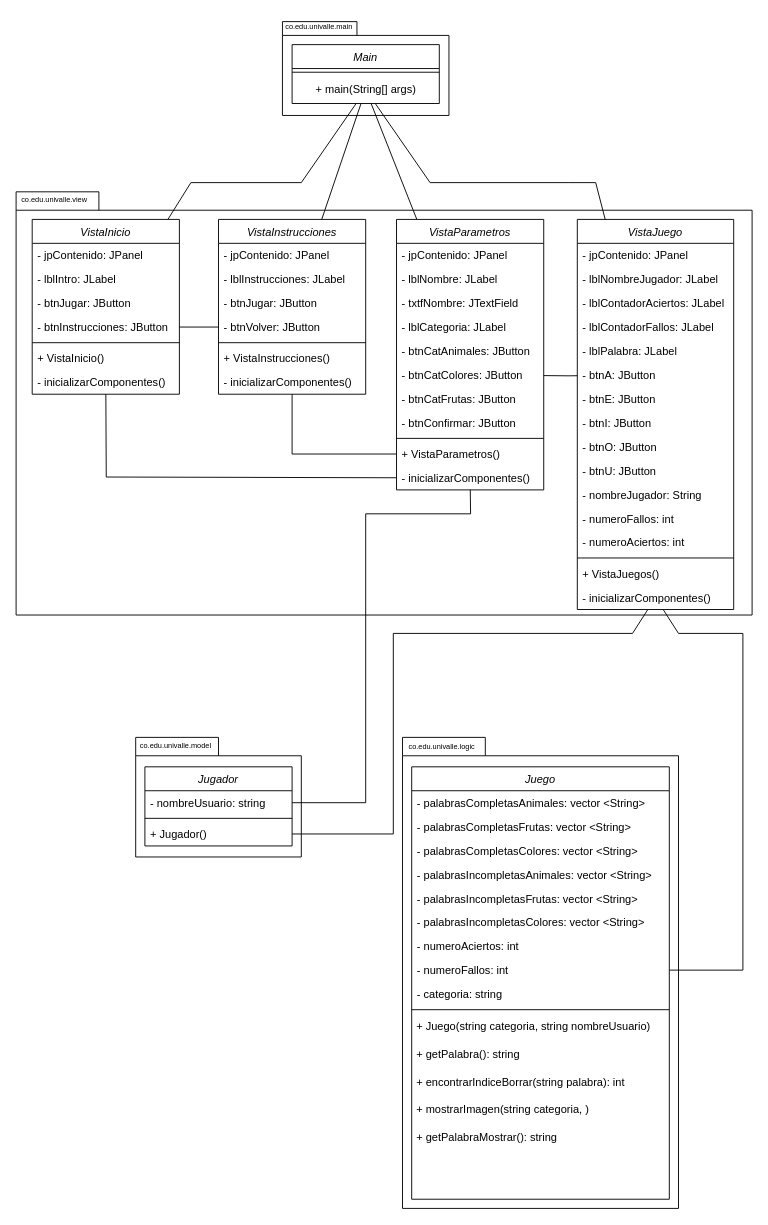
This is Diagrama de Clases MiniProyecto1.drawio from puyojulian/MiniProyecto1FPOE, a draw.io file, before an edit. Source tidied: cells renumbered, new cells numbered last; positions are measured from the earlier drawing's top-left corner, leaving out a move shared by most shapes. Both pictures are drawn from the tidied source at 92%, with x=0, y=0 at pixel (16, 16).
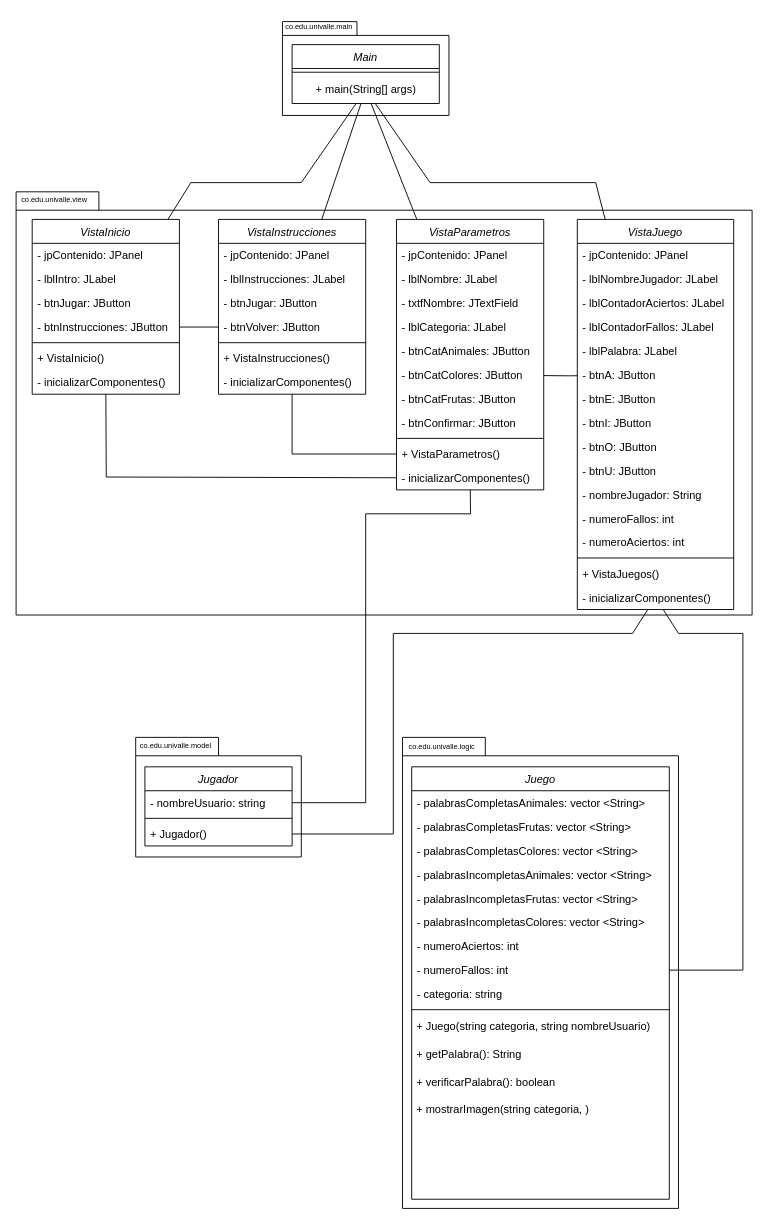
Above is the later version.

Commit message:
Actualizacion sobre la clase Juego, metodo verificarPalabra() que retorna valor booleano.

The change refers to these unchanged cells:
```xml
<mxCell id="21" value="Juego" style="swimlane;fontStyle=2;align=center;verticalAlign=top;horizontal=1;startSize=26;rounded=0;shadow=0;strokeWidth=1;" parent="1" vertex="1">
  <mxGeometry x="430" y="816" width="280" height="470" as="geometry" />
</mxCell>
```

The edit, as a diff of the source:
```diff
@@
-    <mxCell id="33" value="&amp;nbsp;+ getPalabra(): string" style="text;html=1;align=left;verticalAlign=middle;strokeColor=none;fillColor=none;" parent="21" vertex="1">
+    <mxCell id="33" value="&amp;nbsp;+ getPalabra(): String" style="text;html=1;align=left;verticalAlign=middle;strokeColor=none;fillColor=none;" parent="21" vertex="1">
       <mxGeometry y="298" width="280" height="30" as="geometry" />
     </mxCell>
-    <mxCell id="34" value="&amp;nbsp;+ encontrarIndiceBorrar(string palabra): int" style="text;html=1;align=left;verticalAlign=middle;strokeColor=none;fillColor=none;" parent="21" vertex="1">
+    <mxCell id="34" value="&amp;nbsp;+ verificarPalabra(): boolean" style="text;html=1;align=left;verticalAlign=middle;strokeColor=none;fillColor=none;" parent="21" vertex="1">
       <mxGeometry y="328" width="280" height="30" as="geometry" />
     </mxCell>
@@
-    <mxCell id="36" value="&amp;nbsp;+ getPalabraMostrar(): string" style="text;html=1;align=left;verticalAlign=middle;strokeColor=none;fillColor=none;" parent="21" vertex="1">
-      <mxGeometry y="388" width="280" height="30" as="geometry" />
-    </mxCell>
```
